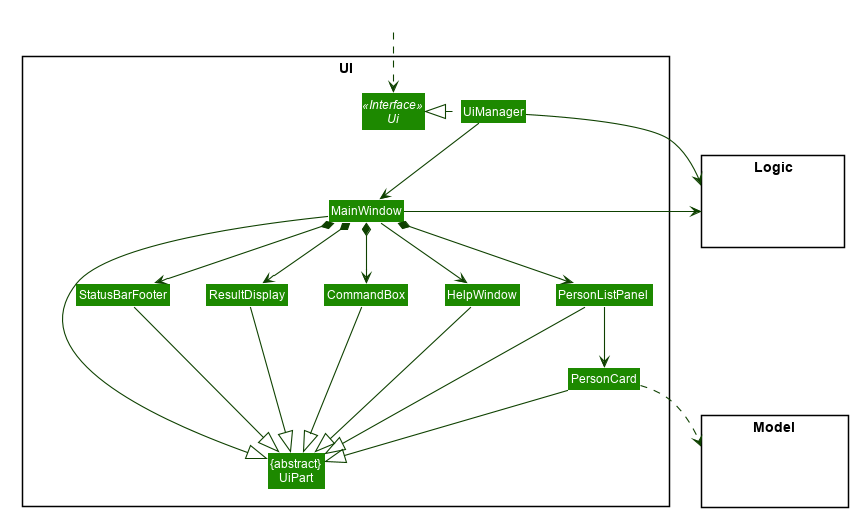
nus-cs2103-AY2021S2/tp keeps this PlantUML diagram as docs/images/UiClassDiagram.png. Above is the earlier version.
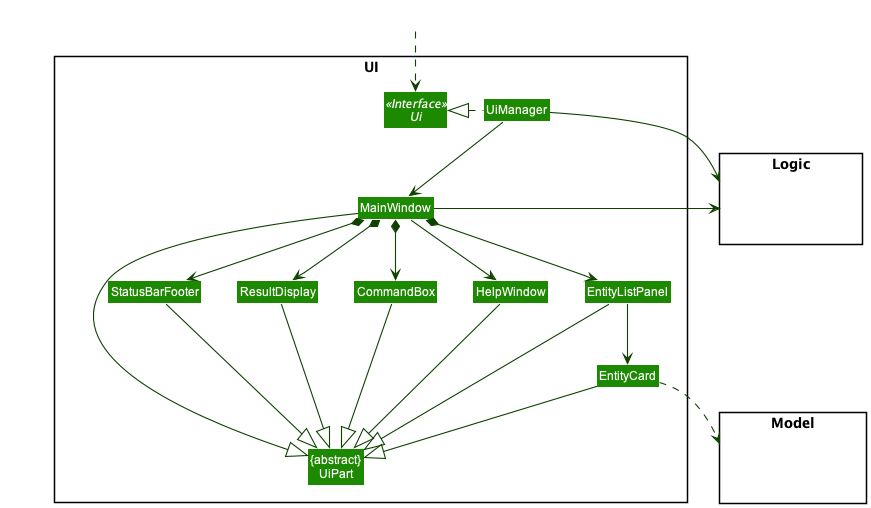
After the commit.

Commit message:
Updated new png files due to previous edit

The edit, as a diff of the source:
```diff
@@ -1,55 +1,8 @@
 @startuml
-
-
-
-
-
-
-
-
-skinparam BackgroundColor #FFFFFFF
-
-skinparam Shadowing false
-
-skinparam Class {
-    FontColor #FFFFFF
-    BorderThickness 1
-    BorderColor #FFFFFF
-    StereotypeFontColor #FFFFFF
-    FontName Arial
-}
-
-skinparam Actor {
-    BorderColor #000000
-    Color #000000
-    FontName Arial
-}
-
-skinparam Sequence {
-    MessageAlign center
-    BoxFontSize 15
-    BoxPadding 0
-    BoxFontColor #FFFFFF
-    FontName Arial
-}
-
-skinparam Participant {
-    FontColor #FFFFFFF
-    Padding 20
-}
-
-skinparam MinClassWidth 50
-skinparam ParticipantPadding 10
-skinparam Shadowing false
-skinparam DefaultTextAlignment center
-skinparam packageStyle Rectangle
-
-hide footbox
-hide members
-hide circle
+!include style.puml
 skinparam arrowThickness 1.1
-skinparam arrowColor #0E4100
-skinparam classBackgroundColor #1D8900
+skinparam arrowColor UI_COLOR_T4
+skinparam classBackgroundColor UI_COLOR
 
 package UI <<Rectangle>>{
 Interface Ui <<Interface>>
@@ -58,8 +11,8 @@
 Class MainWindow
 Class HelpWindow
 Class ResultDisplay
-Class PersonListPanel
-Class PersonCard
+Class EntityListPanel
+Class EntityCard
 Class StatusBarFooter
 Class CommandBox
 }
@@ -80,25 +33,25 @@
 MainWindow --> HelpWindow
 MainWindow *-down-> CommandBox
 MainWindow *-down-> ResultDisplay
-MainWindow *-down-> PersonListPanel
+MainWindow *-down-> EntityListPanel
 MainWindow *-down-> StatusBarFooter
 
-PersonListPanel -down-> PersonCard
+EntityListPanel -down-> EntityCard
 
 MainWindow -left-|> UiPart
 
 ResultDisplay --|> UiPart
 CommandBox --|> UiPart
-PersonListPanel --|> UiPart
-PersonCard --|> UiPart
+EntityListPanel --|> UiPart
+EntityCard --|> UiPart
 StatusBarFooter --|> UiPart
 HelpWindow -down-|> UiPart
 
-PersonCard ..> Model
+EntityCard ..> Model
 UiManager -right-> Logic
 MainWindow -left-> Logic
 
-PersonListPanel -[hidden]left- HelpWindow
+EntityListPanel -[hidden]left- HelpWindow
 HelpWindow -[hidden]left- CommandBox
 CommandBox -[hidden]left- ResultDisplay
 ResultDisplay -[hidden]left- StatusBarFooter
```
